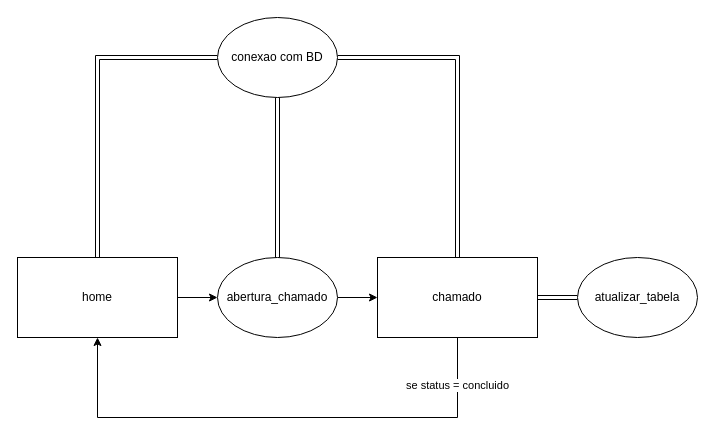
Before: algoritimo_diagrama/Diagrama sem nome.drawio in Estevaoferreira/chamados_ti, a draw.io diagram. Source tidied: cells renumbered, new cells numbered last; positions are measured from the earlier drawing's top-left corner, leaving out a move shared by most shapes. Both pictures are drawn from the tidied source at 100%, with x=0, y=0 at pixel (17, 17).
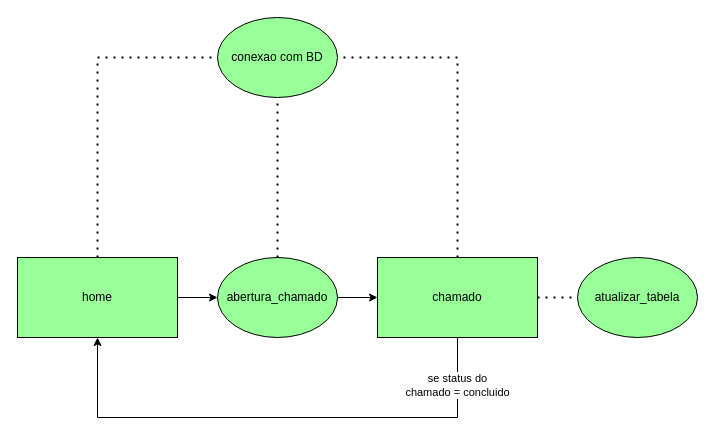
After the change.

The edit, as a diff of the source:
```diff
@@
 <mxGraphModel>
   <root>
     <mxCell id="0" />
     <mxCell id="1" parent="0" />
-    <mxCell id="2" style="edgeStyle=orthogonalEdgeStyle;rounded=0;jettySize=auto;html=1;" parent="1" edge="1" source="3" target="9">
+    <mxCell id="2" style="edgeStyle=orthogonalEdgeStyle;rounded=0;jettySize=auto;html=1;fillColor=#99FF99;" parent="1" edge="1" source="3" target="9">
       <mxGeometry relative="1" as="geometry" />
     </mxCell>
-    <mxCell id="3" value="home" style="rounded=0;whiteSpace=wrap;html=1;" parent="1" vertex="1">
+    <mxCell id="3" value="home" style="rounded=0;whiteSpace=wrap;html=1;fillColor=#99FF99;" parent="1" vertex="1">
       <mxGeometry y="240" width="160" height="80" as="geometry" />
     </mxCell>
-    <mxCell id="4" style="edgeStyle=orthogonalEdgeStyle;rounded=0;jettySize=auto;html=1;shape=link;" parent="1" edge="1" source="7" target="14">
-      <mxGeometry relative="1" as="geometry" />
-    </mxCell>
-    <mxCell id="5" style="edgeStyle=orthogonalEdgeStyle;rounded=0;jettySize=auto;html=1;exitX=0.5;exitY=1;exitDx=0;exitDy=0;entryX=0.5;entryY=1;entryDx=0;entryDy=0;" parent="1" edge="1" source="7" target="3">
+    <mxCell id="5" style="edgeStyle=orthogonalEdgeStyle;rounded=0;jettySize=auto;html=1;exitX=0.5;exitY=1;exitDx=0;exitDy=0;entryX=0.5;entryY=1;entryDx=0;entryDy=0;fillColor=#99FF99;" parent="1" edge="1" source="7" target="3">
       <mxGeometry relative="1" as="geometry">
         <Array as="points">
           <mxPoint x="440" y="400" />
           <mxPoint x="80" y="400" />
         </Array>
       </mxGeometry>
     </mxCell>
-    <mxCell id="6" value="se status = concluido" style="edgeLabel;html=1;align=center;verticalAlign=middle;" parent="5" vertex="1">
+    <mxCell id="6" value="se status do &lt;br&gt;chamado = concluido" style="edgeLabel;html=1;align=center;verticalAlign=middle;fillColor=#99FF99;" parent="5" vertex="1">
       <mxGeometry x="-0.82" y="-1" relative="1" as="geometry" />
     </mxCell>
-    <mxCell id="7" value="chamado" style="rounded=0;whiteSpace=wrap;html=1;" parent="1" vertex="1">
+    <mxCell id="7" value="chamado" style="rounded=0;whiteSpace=wrap;html=1;fillColor=#99FF99;" parent="1" vertex="1">
       <mxGeometry x="360" y="240" width="160" height="80" as="geometry" />
     </mxCell>
-    <mxCell id="8" style="edgeStyle=orthogonalEdgeStyle;rounded=0;jettySize=auto;html=1;entryX=0;entryY=0.5;entryDx=0;entryDy=0;" parent="1" edge="1" source="9" target="7">
+    <mxCell id="8" style="edgeStyle=orthogonalEdgeStyle;rounded=0;jettySize=auto;html=1;entryX=0;entryY=0.5;entryDx=0;entryDy=0;fillColor=#99FF99;" parent="1" edge="1" source="9" target="7">
       <mxGeometry relative="1" as="geometry" />
     </mxCell>
-    <mxCell id="9" value="abertura_chamado" style="ellipse;whiteSpace=wrap;html=1;rounded=0;" parent="1" vertex="1">
+    <mxCell id="9" value="abertura_chamado" style="ellipse;whiteSpace=wrap;html=1;rounded=0;fillColor=#99FF99;" parent="1" vertex="1">
       <mxGeometry x="200" y="240" width="120" height="80" as="geometry" />
     </mxCell>
-    <mxCell id="10" style="edgeStyle=orthogonalEdgeStyle;rounded=0;jettySize=auto;html=1;exitX=0;exitY=0.5;exitDx=0;exitDy=0;shape=link;" parent="1" edge="1" source="13" target="3">
-      <mxGeometry relative="1" as="geometry" />
-    </mxCell>
-    <mxCell id="11" style="edgeStyle=orthogonalEdgeStyle;rounded=0;jettySize=auto;html=1;shape=link;" parent="1" edge="1" source="13" target="9">
-      <mxGeometry relative="1" as="geometry" />
-    </mxCell>
-    <mxCell id="12" style="edgeStyle=orthogonalEdgeStyle;rounded=0;jettySize=auto;html=1;exitX=1;exitY=0.5;exitDx=0;exitDy=0;shape=link;" parent="1" edge="1" source="13" target="7">
-      <mxGeometry relative="1" as="geometry" />
-    </mxCell>
-    <mxCell id="13" value="conexao com BD" style="ellipse;whiteSpace=wrap;html=1;rounded=0;" parent="1" vertex="1">
+    <mxCell id="13" value="conexao com BD" style="ellipse;whiteSpace=wrap;html=1;rounded=0;fillColor=#99FF99;" parent="1" vertex="1">
       <mxGeometry x="200" width="120" height="80" as="geometry" />
     </mxCell>
-    <mxCell id="14" value="atualizar_tabela" style="ellipse;whiteSpace=wrap;html=1;rounded=0;" parent="1" vertex="1">
+    <mxCell id="14" value="atualizar_tabela" style="ellipse;whiteSpace=wrap;html=1;rounded=0;fillColor=#99FF99;" parent="1" vertex="1">
       <mxGeometry x="560" y="240" width="120" height="80" as="geometry" />
     </mxCell>
+    <mxCell id="15" style="endArrow=none;dashed=1;html=1;dashPattern=1 3;strokeWidth=2;rounded=0;exitX=0.5;exitY=0;exitDx=0;exitDy=0;entryX=0;entryY=0.5;entryDx=0;entryDy=0;" parent="1" edge="1" source="3" target="13">
+      <mxGeometry relative="1" as="geometry">
+        <Array as="points">
+          <mxPoint x="80" y="40" />
+        </Array>
+      </mxGeometry>
+    </mxCell>
+    <mxCell id="16" style="endArrow=none;dashed=1;html=1;dashPattern=1 3;strokeWidth=2;rounded=0;exitX=0.5;exitY=0;exitDx=0;exitDy=0;" parent="1" edge="1" target="13">
+      <mxGeometry relative="1" as="geometry">
+        <mxPoint x="260" y="240" as="sourcePoint" />
+      </mxGeometry>
+    </mxCell>
+    <mxCell id="17" style="endArrow=none;dashed=1;html=1;dashPattern=1 3;strokeWidth=2;rounded=0;exitX=0.5;exitY=0;exitDx=0;exitDy=0;entryX=1;entryY=0.5;entryDx=0;entryDy=0;" parent="1" edge="1" source="7" target="13">
+      <mxGeometry relative="1" as="geometry">
+        <Array as="points">
+          <mxPoint x="440" y="40" />
+        </Array>
+      </mxGeometry>
+    </mxCell>
+    <mxCell id="4" style="endArrow=none;dashed=1;html=1;dashPattern=1 3;strokeWidth=2;rounded=0;exitX=1;exitY=0.5;exitDx=0;exitDy=0;entryX=0;entryY=0.5;entryDx=0;entryDy=0;" parent="1" edge="1" source="7" target="14">
+      <mxGeometry relative="1" as="geometry" />
+    </mxCell>
   </root>
 </mxGraphModel>
```
